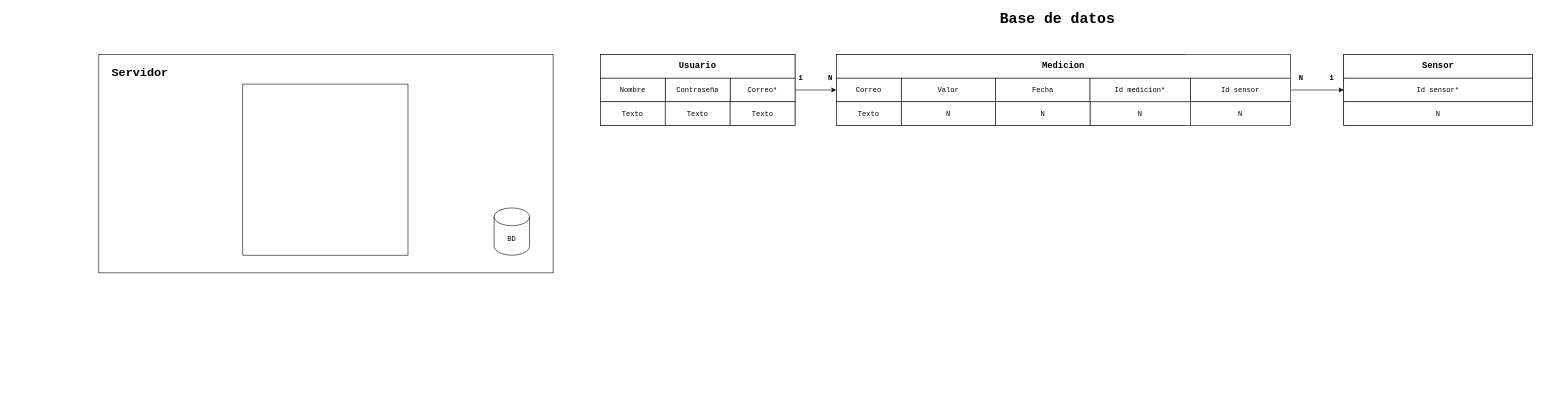
This is doc/Diseño web.drawio from TaeHyung360/GTI_3A_Web, a draw.io file, before an edit. Source tidied: cells renumbered, new cells numbered last; positions are measured from the earlier drawing's top-left corner, leaving out a move shared by most shapes. Both pictures are drawn from the tidied source at 59%, with x=0, y=0 at pixel (99, 13).
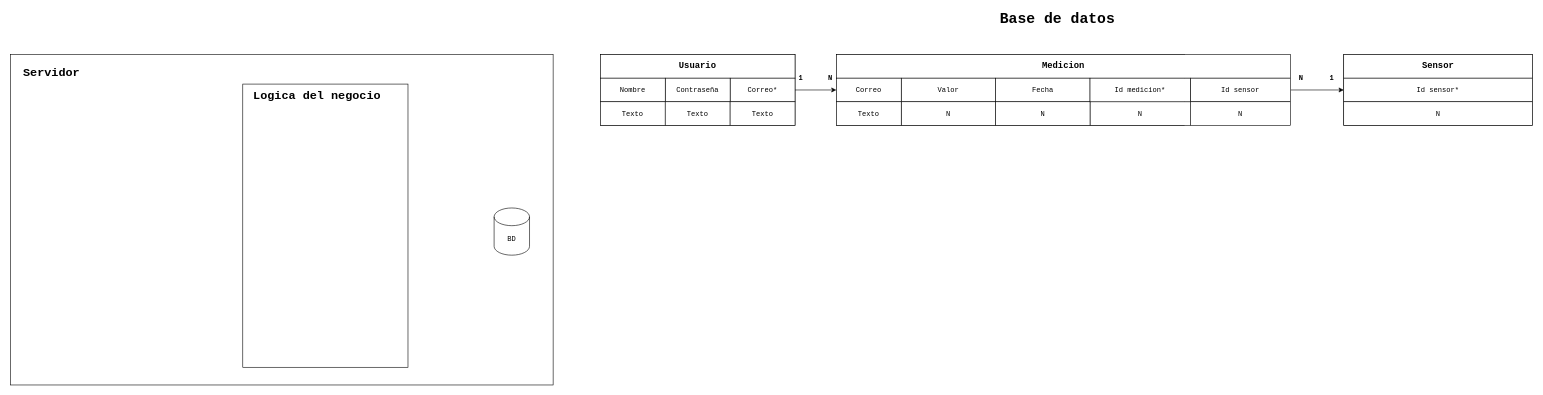
The same diagram, later.

Commit message:
Mejoras diseño

What changed in the source:
```diff
@@
     <mxCell id="2" style="rounded=0;whiteSpace=wrap;html=1;" parent="1" vertex="1">
-      <mxGeometry y="70" width="770" height="370" as="geometry" />
+      <mxGeometry x="-150" y="70" width="920" height="560" as="geometry" />
     </mxCell>
     <mxCell id="3" style="rounded=0;whiteSpace=wrap;html=1;" parent="1" vertex="1">
-      <mxGeometry x="244" y="120" width="280" height="290" as="geometry" />
+      <mxGeometry x="244" y="120" width="280" height="480" as="geometry" />
     </mxCell>
     <mxCell id="4" value="&lt;font face=&quot;Courier New&quot; style=&quot;font-size: 20px&quot;&gt;&lt;b&gt;Servidor&lt;/b&gt;&lt;/font&gt;" style="text;html=1;strokeColor=none;fillColor=none;align=left;verticalAlign=middle;whiteSpace=wrap;rounded=0;" parent="1" vertex="1">
-      <mxGeometry x="20" y="90" width="100" height="20" as="geometry" />
+      <mxGeometry x="-130" y="90" width="100" height="20" as="geometry" />
     </mxCell>
@@
+    <mxCell id="37" value="&lt;font face=&quot;Courier New&quot;&gt;&lt;span style=&quot;font-size: 20px&quot;&gt;&lt;b&gt;Logica del negocio&lt;/b&gt;&lt;/span&gt;&lt;/font&gt;" style="text;html=1;strokeColor=none;fillColor=none;align=left;verticalAlign=middle;whiteSpace=wrap;rounded=0;" parent="1" vertex="1">
+      <mxGeometry x="260" y="130" width="240" height="20" as="geometry" />
+    </mxCell>
```
